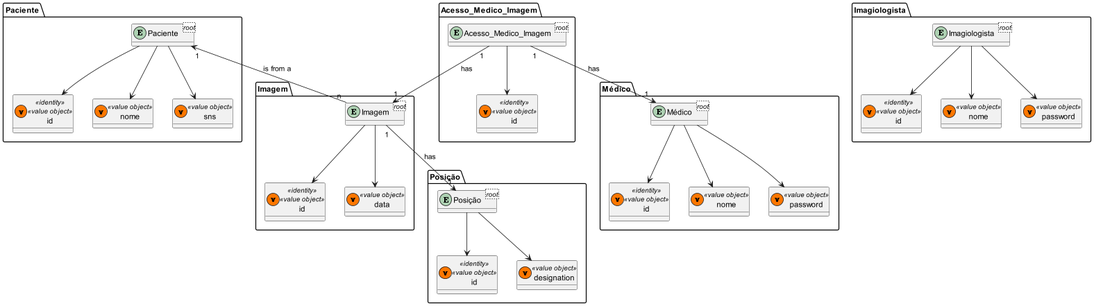
Pedro-Teixeira-1211184/least-invasive-breast-cancer-surgery keeps this PlantUML diagram as wiki/domain/domain_model.png. Above is the earlier version.
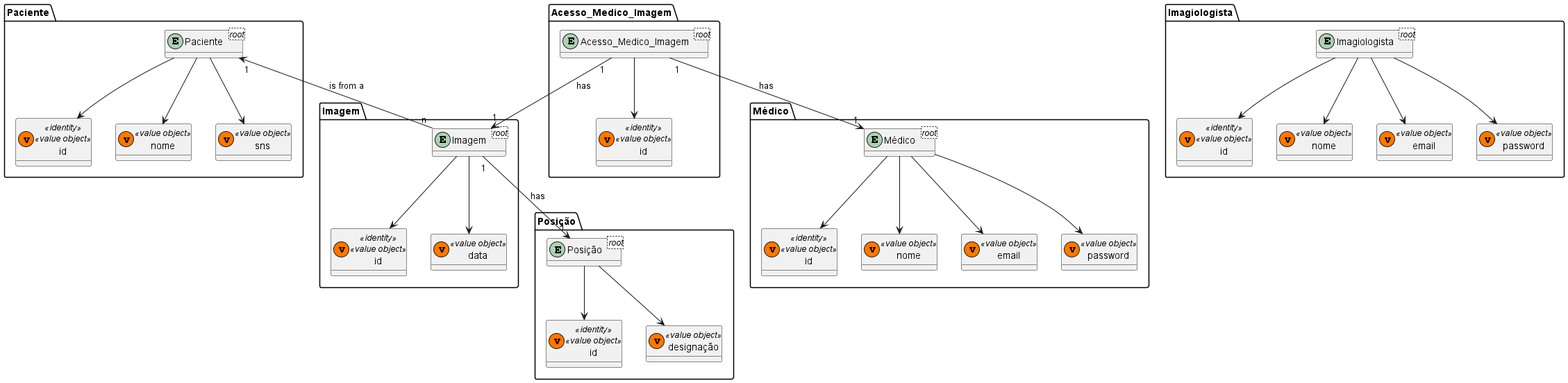
After the change.

Commit message:
domain model updates

What changed in the source:
```diff
@@ -32,7 +32,7 @@
     }
 
     class "id" as ID3 <<(v,#FF7700) identity>> <<(v,#FF7700) value object>>{}
-    class "designation" as Desc1 <<(v,#FF7700) value object>>{}
+    class "designação" as Desc1 <<(v,#FF7700) value object>>{}
 
     PosRoot --> Desc1
     PosRoot --> ID3
@@ -44,10 +44,12 @@
 
     class "id" as ID4 <<(v,#FF7700) identity>> <<(v,#FF7700) value object>>{}
     class "nome" as Nome2 <<(v,#FF7700) value object>>{}
+    class "email" as Email1 <<(v,#FF7700) value object>>{}
     class "password" as Pass1 <<(v,#FF7700) value object>>{}
 
     MedRoot --> Pass1
     MedRoot --> Nome2
+    MedRoot --> Email1
     MedRoot --> ID4
 }
 
@@ -66,10 +68,12 @@
 
     class "id" as ID5 <<(v,#FF7700) identity>> <<(v,#FF7700) value object>>{}
     class "nome" as Nome3 <<(v,#FF7700) value object>>{}
+    class "email" as Email2 <<(v,#FF7700) value object>>{}
     class "password" as Pass2 <<(v,#FF7700) value object>>{}
 
     ImglRoot --> Pass2
     ImglRoot --> Nome3
+    ImglRoot --> Email2
     ImglRoot --> ID5
 }
 
```
